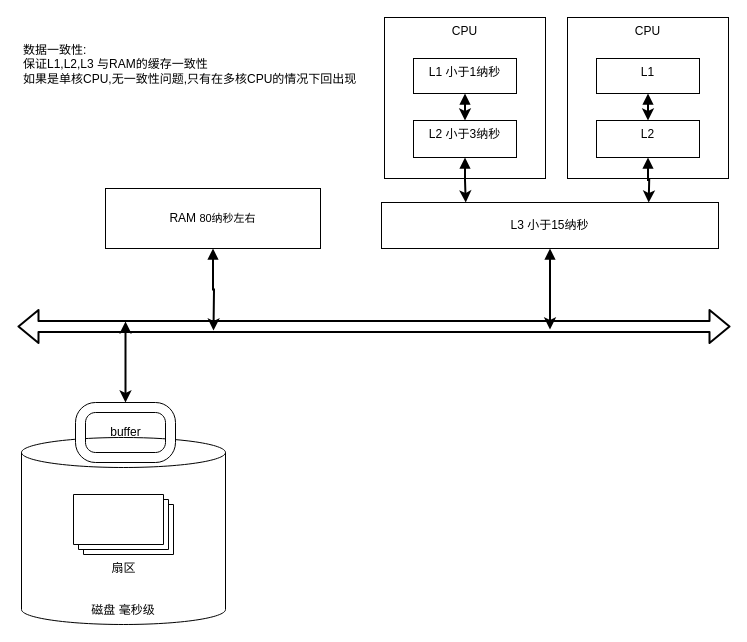
catface996/images keeps this draw.io diagram as 磁盘IO.drawio. Above is the earlier version. Source tidied: cells renumbered, new cells numbered last; positions are measured from the earlier drawing's top-left corner, leaving out a move shared by most shapes. Both pictures are drawn from the tidied source at 100%, with x=0, y=0 at pixel (17, 17).
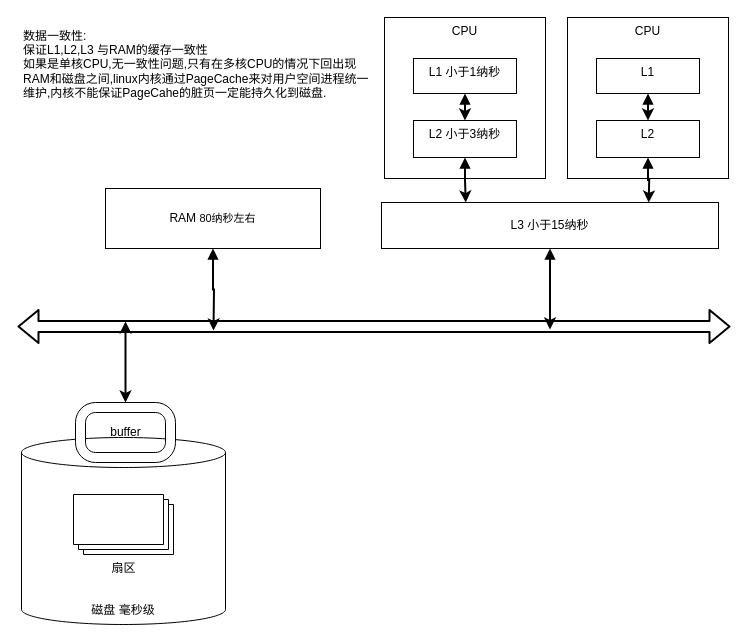
After the change.

What changed in the source:
```diff
@@
-    <mxCell id="22" value="数据一致性:&lt;br&gt;保证L1,L2,L3 与RAM的缓存一致性&lt;br&gt;如果是单核CPU,无一致性问题,只有在多核CPU的情况下回出现" style="text;html=1;strokeColor=none;fillColor=none;align=left;verticalAlign=middle;whiteSpace=wrap;rounded=0;" parent="1" vertex="1">
+    <mxCell id="22" value="数据一致性:&lt;br&gt;保证L1,L2,L3 与RAM的缓存一致性&lt;br&gt;如果是单核CPU,无一致性问题,只有在多核CPU的情况下回出现&lt;br&gt;RAM和磁盘之间,linux内核通过PageCache来对用户空间进程统一维护,内核不能保证PageCahe的脏页一定能持久化到磁盘." style="text;html=1;strokeColor=none;fillColor=none;align=left;verticalAlign=middle;whiteSpace=wrap;rounded=0;" parent="1" vertex="1">
       <mxGeometry x="4" width="353" height="94" as="geometry" />
     </mxCell>
```
